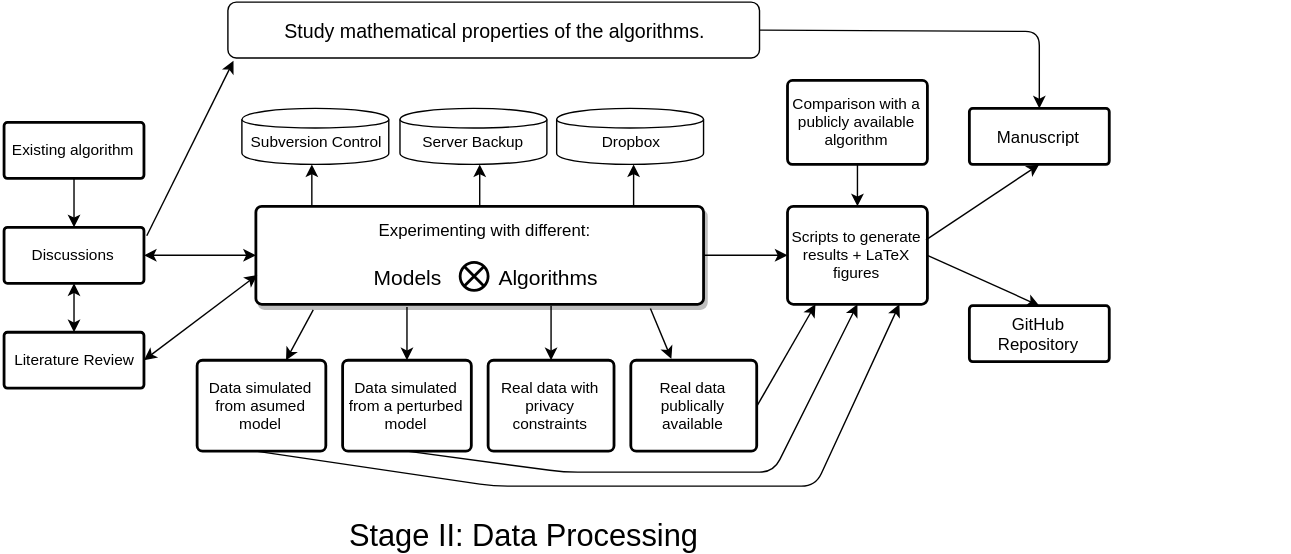
The draw.io diagram case-studies/vstaneva.svg in BIDS/repro-case-studies, before a commit. Source tidied: cells renumbered, new cells last; positions are measured from the earlier drawing's top-left corner, leaving out a move shared by most shapes.
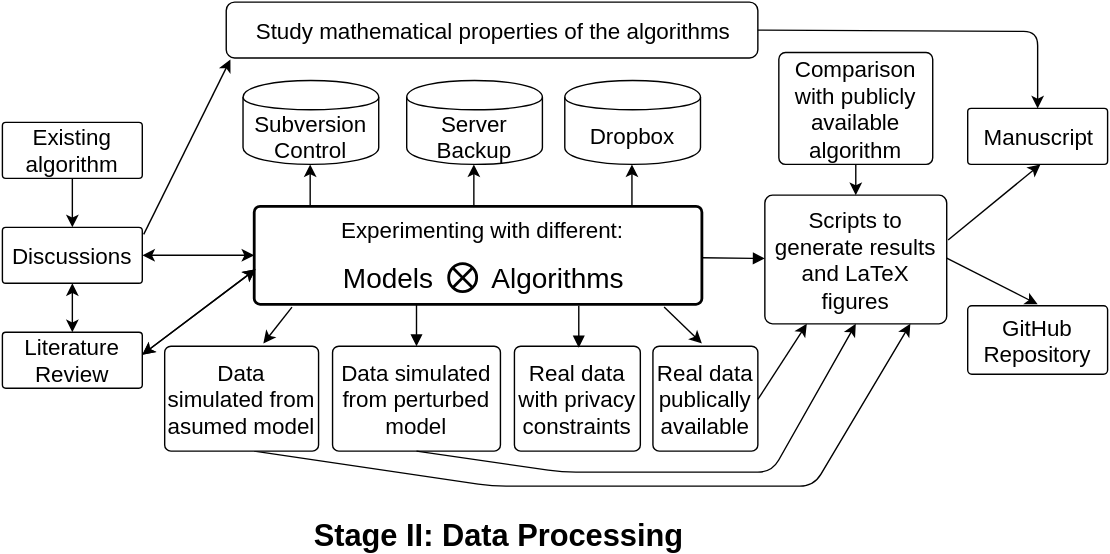
Later version of the same file.

Commit message:
vstaneva diagram revised with larger text

Change to the diagram source:
```diff
@@ -2,35 +2,41 @@
   <root>
     <mxCell id="0" />
     <mxCell id="1" parent="0" />
+    <mxCell id="15" style="edgeStyle=none;rounded=0;html=1;startArrow=none;startFill=0;endArrow=block;endFill=1;jettySize=auto;strokeWidth=1;" parent="1" edge="1" source="2" target="8">
+      <mxGeometry relative="1" as="geometry" />
+    </mxCell>
+    <mxCell id="41" style="edgeStyle=none;rounded=0;html=1;startArrow=none;startFill=0;endArrow=block;endFill=1;jettySize=auto;strokeWidth=1;exitX=0.363;exitY=1;exitPerimeter=0;" parent="1" edge="1" source="2" target="10">
+      <mxGeometry relative="1" as="geometry" />
+    </mxCell>
-    <mxCell id="2" value="&lt;font style=&quot;font-size: 12px&quot;&gt;&amp;nbsp; Experimenting with &lt;font style=&quot;font-size: 12px&quot;&gt;different&lt;/font&gt;:&lt;/font&gt;&lt;div&gt;&lt;span style=&quot;font-size: 15px ; line-height: 1.2&quot;&gt;&lt;br&gt;&lt;/span&gt;&lt;/div&gt;&lt;div&gt;&lt;span style=&quot;font-size: 15px ; line-height: 1.2&quot;&gt;&amp;nbsp; Models &amp;nbsp; &amp;nbsp; &amp;nbsp; &amp;nbsp;&amp;nbsp; &lt;/span&gt;&lt;span style=&quot;font-size: 15px ; line-height: 1.2&quot;&gt;Algorithms&lt;/span&gt;&lt;/div&gt;" style="strokeWidth=2;html=1;shape=mxgraph.flowchart.process;whiteSpace=wrap;blue;fillColor=#ffffff;strokeColor=#000000;gradientColor=#FFFFFF;fontSize=11;" parent="1" vertex="1">
+    <mxCell id="2" value="&lt;font style=&quot;font-size: 12px&quot;&gt;&amp;nbsp; &lt;/font&gt;&lt;font style=&quot;font-size: 16px&quot;&gt;Experimenting with &lt;font&gt;different&lt;/font&gt;:&lt;/font&gt;&lt;div&gt;&lt;span style=&quot;line-height: 1.2&quot;&gt;&lt;font style=&quot;font-size: 8px&quot;&gt;&lt;br&gt;&lt;/font&gt;&lt;/span&gt;&lt;/div&gt;&lt;div&gt;&lt;span style=&quot;font-size: 15px ; line-height: 1.2&quot;&gt;&amp;nbsp; &lt;/span&gt;&lt;span style=&quot;line-height: 1.2&quot;&gt;&lt;font style=&quot;font-size: 20px&quot;&gt;Models&lt;/font&gt;&lt;/span&gt;&lt;span style=&quot;font-size: 15px ; line-height: 1.2&quot;&gt; &amp;nbsp; &amp;nbsp; &amp;nbsp; &amp;nbsp;&amp;nbsp; &lt;/span&gt;&lt;span style=&quot;line-height: 1.2&quot;&gt;&lt;font style=&quot;font-size: 20px&quot;&gt;Algorithms&lt;/font&gt;&lt;/span&gt;&lt;/div&gt;" style="strokeWidth=2;html=1;shape=mxgraph.flowchart.process;whiteSpace=wrap;blue;fillColor=#ffffff;strokeColor=#000000;gradientColor=#FFFFFF;fontSize=11;shadow=0;" parent="1" vertex="1">
       <mxGeometry x="180" y="146" width="320" height="70" as="geometry" />
     </mxCell>
     <mxCell id="3" style="verticalLabelPosition=bottom;verticalAlign=top;html=1;strokeWidth=2;shape=mxgraph.flowchart.or;fontSize=10;" parent="1" vertex="1">
-      <mxGeometry x="326" y="186" width="20" height="20" as="geometry" />
+      <mxGeometry x="319" y="187" width="20" height="20" as="geometry" />
     </mxCell>
-    <mxCell id="4" value="&lt;font style=&quot;font-size: 11px&quot;&gt;Discussions&lt;br&gt;&lt;/font&gt;" style="strokeWidth=2;html=1;shape=mxgraph.flowchart.process;whiteSpace=wrap;rotation=0;fontSize=11;" parent="1" vertex="1">
+    <mxCell id="4" value="&lt;font&gt;&lt;font style=&quot;font-size: 16px&quot;&gt;Discussions&lt;/font&gt;&lt;br&gt;&lt;/font&gt;" style="strokeWidth=1;html=1;shape=mxgraph.flowchart.process;whiteSpace=wrap;rotation=0;fontSize=11;" parent="1" vertex="1">
       <mxGeometry y="161" width="100" height="40" as="geometry" />
     </mxCell>
-    <mxCell id="5" value="&lt;font style=&quot;font-size: 11px&quot;&gt;Existing algorithm&lt;br&gt;&lt;/font&gt;" style="strokeWidth=2;html=1;shape=mxgraph.flowchart.process;whiteSpace=wrap;fontSize=11;" parent="1" vertex="1">
+    <mxCell id="5" value="&lt;font&gt;&lt;font style=&quot;font-size: 16px&quot;&gt;Existing algorithm&lt;/font&gt;&lt;br&gt;&lt;/font&gt;" style="strokeWidth=1;html=1;shape=mxgraph.flowchart.process;whiteSpace=wrap;fontSize=11;" parent="1" vertex="1">
       <mxGeometry y="86" width="100" height="40" as="geometry" />
     </mxCell>
-    <mxCell id="6" value="&lt;font style=&quot;font-size: 11px;&quot;&gt;Literature Review&lt;/font&gt;" style="strokeWidth=2;html=1;shape=mxgraph.flowchart.process;whiteSpace=wrap;fontSize=11;" parent="1" vertex="1">
+    <mxCell id="6" value="&lt;font style=&quot;font-size: 16px&quot;&gt;Literature Review&lt;/font&gt;" style="strokeWidth=1;html=1;shape=mxgraph.flowchart.process;whiteSpace=wrap;fontSize=11;" parent="1" vertex="1">
       <mxGeometry y="236" width="100" height="40" as="geometry" />
     </mxCell>
-    <mxCell id="7" value="Comparison with a publicly available algorithm" style="strokeWidth=2;html=1;shape=mxgraph.flowchart.process;whiteSpace=wrap;fontSize=11;" parent="1" vertex="1">
-      <mxGeometry x="560" y="56" width="100" height="60" as="geometry" />
+    <mxCell id="7" value="&lt;font style=&quot;font-size: 16px&quot;&gt;Comparison with publicly available algorithm&lt;/font&gt;" style="strokeWidth=1;html=1;shape=mxgraph.flowchart.process;whiteSpace=wrap;fontSize=11;" parent="1" vertex="1">
+      <mxGeometry x="555" y="36" width="110" height="80" as="geometry" />
     </mxCell>
-    <mxCell id="8" value="Scripts to generate results + LaTeX figures" style="strokeWidth=2;html=1;shape=mxgraph.flowchart.process;whiteSpace=wrap;fontSize=11;" parent="1" vertex="1">
-      <mxGeometry x="560" y="146" width="100" height="70" as="geometry" />
+    <mxCell id="8" value="&lt;font style=&quot;font-size: 16px&quot;&gt;Scripts to generate results and LaTeX figures&lt;/font&gt;" style="strokeWidth=1;html=1;shape=mxgraph.flowchart.process;whiteSpace=wrap;fontSize=11;" parent="1" vertex="1">
+      <mxGeometry x="545" y="138" width="130" height="92" as="geometry" />
     </mxCell>
-    <mxCell id="9" value="Manuscript&lt;br&gt;" style="strokeWidth=2;html=1;shape=mxgraph.flowchart.process;whiteSpace=wrap;" parent="1" vertex="1">
+    <mxCell id="9" value="&lt;font style=&quot;font-size: 16px&quot;&gt;Manuscript&lt;/font&gt;&lt;br&gt;" style="strokeWidth=1;html=1;shape=mxgraph.flowchart.process;whiteSpace=wrap;" parent="1" vertex="1">
       <mxGeometry x="690" y="76" width="100" height="40" as="geometry" />
     </mxCell>
-    <mxCell id="10" value="Data simulated from a perturbed model" style="strokeWidth=2;html=1;shape=mxgraph.flowchart.process;whiteSpace=wrap;fontSize=11;" parent="1" vertex="1">
-      <mxGeometry x="242" y="256" width="92" height="65" as="geometry" />
+    <mxCell id="10" value="&lt;font style=&quot;font-size: 16px&quot;&gt;Data simulated from perturbed model&lt;/font&gt;" style="strokeWidth=1;html=1;shape=mxgraph.flowchart.process;whiteSpace=wrap;fontSize=11;" parent="1" vertex="1">
+      <mxGeometry x="236" y="246" width="120" height="75" as="geometry" />
     </mxCell>
-    <mxCell id="11" value="Real data publically available" style="strokeWidth=2;html=1;shape=mxgraph.flowchart.process;whiteSpace=wrap;fontSize=11;" parent="1" vertex="1">
-      <mxGeometry x="448" y="256" width="90" height="65" as="geometry" />
+    <mxCell id="11" value="&lt;font style=&quot;font-size: 16px&quot;&gt;Real data publically available&lt;/font&gt;" style="strokeWidth=1;html=1;shape=mxgraph.flowchart.process;whiteSpace=wrap;fontSize=11;" parent="1" vertex="1">
+      <mxGeometry x="465" y="246" width="75" height="75" as="geometry" />
     </mxCell>
     <mxCell id="12" style="endArrow=classic;startArrow=classic;html=1;fontSize=11;entryX=0;entryY=0.5;entryPerimeter=0;" parent="1" edge="1" source="4" target="2">
       <mxGeometry relative="1" as="geometry" />
@@ -38,24 +44,18 @@
     <mxCell id="13" style="endArrow=classic;startArrow=classic;html=1;exitX=0.5;exitY=0;exitPerimeter=0;fontSize=11;entryX=0.5;entryY=1;entryPerimeter=0;" parent="1" edge="1" source="6" target="4">
       <mxGeometry relative="1" as="geometry" />
     </mxCell>
-    <mxCell id="14" style="endArrow=classic;html=1;exitX=0.881;exitY=1.043;exitPerimeter=0;fontSize=11;entryX=0.322;entryY=-0.015;entryPerimeter=0;" parent="1" edge="1" source="2" target="11">
-      <mxGeometry relative="1" as="geometry" />
+    <mxCell id="14" style="endArrow=classic;html=1;exitX=0.881;exitY=1.043;exitPerimeter=0;fontSize=11;entryX=0.322;entryY=-0.015;entryPerimeter=0;" parent="1" edge="1">
+      <mxGeometry relative="1" as="geometry">
+        <mxPoint x="473" y="218" as="sourcePoint" />
+        <mxPoint x="500" y="244" as="targetPoint" />
+      </mxGeometry>
     </mxCell>
-    <mxCell id="15" style="endArrow=classic;html=1;fontSize=11;entryX=0;entryY=0.5;entryPerimeter=0;exitX=1;exitY=0.5;exitPerimeter=0;" parent="1" edge="1" source="2" target="8">
-      <mxGeometry relative="1" as="geometry" />
-    </mxCell>
-    <mxCell id="16" style="endArrow=classic;html=1;exitX=1;exitY=0.5;exitPerimeter=0;fontSize=11;" parent="1" edge="1">
-      <mxGeometry relative="1" as="geometry">
-        <mxPoint x="910" y="196" as="sourcePoint" />
-        <mxPoint x="910" y="196" as="targetPoint" />
-      </mxGeometry>
-    </mxCell>
     <mxCell id="17" style="endArrow=classic;html=1;fontSize=11;entryX=0.5;entryY=0;entryPerimeter=0;" parent="1" edge="1" source="7" target="8">
       <mxGeometry relative="1" as="geometry" />
     </mxCell>
-    <mxCell id="18" style="endArrow=classic;html=1;fontSize=11;exitX=1;exitY=0.5;exitPerimeter=0;" parent="1" edge="1" source="11">
+    <mxCell id="18" style="endArrow=classic;html=1;fontSize=11;exitX=1;exitY=0.5;exitPerimeter=0;entryX=0.231;entryY=1.033;entryPerimeter=0;" parent="1" edge="1" source="11">
       <mxGeometry relative="1" as="geometry">
-        <mxPoint x="580" y="216" as="targetPoint" />
+        <mxPoint x="575" y="230" as="targetPoint" />
       </mxGeometry>
     </mxCell>
     <mxCell id="19" style="endArrow=classic;html=1;exitX=0.5;exitY=1;exitPerimeter=0;fontSize=11;entryX=0.5;entryY=1;entryPerimeter=0;" parent="1" edge="1" source="10" target="8">
@@ -75,14 +75,20 @@
         </Array>
       </mxGeometry>
     </mxCell>
-    <mxCell id="21" value="&lt;font style=&quot;font-size: 14px&quot;&gt;Study mathematical properties of the algorithms.&lt;/font&gt;" style="rounded=1;whiteSpace=wrap;html=1;" parent="1" vertex="1">
+    <mxCell id="21" value="&lt;font style=&quot;font-size: 16px&quot;&gt;Study mathematical properties of the algorithms&lt;/font&gt;" style="rounded=1;whiteSpace=wrap;html=1;" parent="1" vertex="1">
       <mxGeometry x="160" width="380" height="40" as="geometry" />
     </mxCell>
-    <mxCell id="22" style="endArrow=classic;startArrow=classic;html=1;entryX=0.003;entryY=0.7;entryPerimeter=0;fontSize=11;exitX=1;exitY=0.5;exitPerimeter=0;" parent="1" edge="1" source="6" target="2">
-      <mxGeometry relative="1" as="geometry" />
+    <mxCell id="22" style="endArrow=classic;startArrow=classic;html=1;fontSize=11;exitX=1;exitY=0.5;exitPerimeter=0;" parent="1" edge="1">
+      <mxGeometry relative="1" as="geometry">
+        <mxPoint x="100" y="252" as="sourcePoint" />
+        <mxPoint x="181" y="191" as="targetPoint" />
+      </mxGeometry>
     </mxCell>
-    <mxCell id="23" style="endArrow=classic;html=1;entryX=0.01;entryY=1.04;entryPerimeter=0;fontSize=11;exitX=1.02;exitY=0.15;exitPerimeter=0;" parent="1" edge="1" source="4" target="21">
-      <mxGeometry relative="1" as="geometry" />
+    <mxCell id="23" style="endArrow=classic;html=1;entryX=0.01;entryY=1.04;entryPerimeter=0;fontSize=11;exitX=1.02;exitY=0.15;exitPerimeter=0;" parent="1" edge="1">
+      <mxGeometry relative="1" as="geometry">
+        <mxPoint x="101" y="166" as="sourcePoint" />
+        <mxPoint x="163" y="41" as="targetPoint" />
+      </mxGeometry>
     </mxCell>
     <mxCell id="24" style="endArrow=classic;html=1;exitX=1;exitY=0.5;entryX=0.5;entryY=0;entryPerimeter=0;" parent="1" edge="1" source="21" target="9">
       <mxGeometry relative="1" as="geometry">
@@ -99,8 +105,8 @@
     </mxCell>
     <mxCell id="26" style="endArrow=classic;html=1;entryX=0.5;entryY=1;entryPerimeter=0;fontSize=11;" parent="1" edge="1">
       <mxGeometry relative="1" as="geometry">
-        <mxPoint x="340" y="146" as="sourcePoint" />
-        <mxPoint x="340" y="116" as="targetPoint" />
+        <mxPoint x="337" y="146" as="sourcePoint" />
+        <mxPoint x="337" y="116" as="targetPoint" />
       </mxGeometry>
     </mxCell>
     <mxCell id="27" style="endArrow=classic;html=1;entryX=0.4;entryY=1;entryPerimeter=0;fontSize=11;" parent="1" edge="1">
@@ -109,49 +115,59 @@
         <mxPoint x="450" y="116" as="targetPoint" />
       </mxGeometry>
     </mxCell>
-    <mxCell id="28" value="&lt;font style=&quot;font-size: 12px&quot;&gt;GitHub Repository&lt;/font&gt;" style="strokeWidth=2;html=1;shape=mxgraph.flowchart.process;whiteSpace=wrap;fontSize=11;rotation=0;direction=west;" parent="1" vertex="1">
-      <mxGeometry x="690" y="217" width="100" height="40" as="geometry" />
+    <mxCell id="28" value="&lt;font style=&quot;font-size: 16px&quot;&gt;GitHub Repository&lt;/font&gt;" style="strokeWidth=1;html=1;shape=mxgraph.flowchart.process;whiteSpace=wrap;fontSize=11;rotation=0;direction=west;" parent="1" vertex="1">
+      <mxGeometry x="690" y="217" width="100" height="49" as="geometry" />
     </mxCell>
-    <mxCell id="29" style="endArrow=classic;html=1;fontSize=11;exitX=0.99;exitY=0.343;exitPerimeter=0;entryX=0.5;entryY=1;entryPerimeter=0;" parent="1" edge="1" source="8" target="9">
-      <mxGeometry relative="1" as="geometry" />
+    <mxCell id="29" style="endArrow=classic;html=1;fontSize=11;exitX=0.99;exitY=0.343;exitPerimeter=0;entryX=0.5;entryY=1;entryPerimeter=0;" parent="1" edge="1">
+      <mxGeometry relative="1" as="geometry">
+        <mxPoint x="676" y="170" as="sourcePoint" />
+        <mxPoint x="742" y="116" as="targetPoint" />
+      </mxGeometry>
     </mxCell>
-    <mxCell id="30" style="endArrow=classic;html=1;entryX=0.5;entryY=1;entryPerimeter=0;fontSize=11;exitX=1;exitY=0.5;exitPerimeter=0;" parent="1" edge="1" source="8" target="28">
-      <mxGeometry relative="1" as="geometry" />
+    <mxCell id="30" style="endArrow=classic;html=1;entryX=0.5;entryY=1;entryPerimeter=0;fontSize=11;exitX=1;exitY=0.5;exitPerimeter=0;" parent="1" edge="1">
+      <mxGeometry relative="1" as="geometry">
+        <mxPoint x="675" y="183" as="sourcePoint" />
+        <mxPoint x="740" y="216" as="targetPoint" />
+      </mxGeometry>
     </mxCell>
-    <mxCell id="31" value="&lt;font style=&quot;font-size: 22px&quot;&gt;Stage II: Data Processing&amp;nbsp;&lt;br&gt;&lt;/font&gt;" style="text;html=1;align=left;verticalAlign=top;spacingTop=-4;fontSize=11;" parent="1" vertex="1">
-      <mxGeometry x="245" y="366" width="270" height="20" as="geometry" />
+    <mxCell id="31" value="&lt;font&gt;&lt;b&gt;&lt;font style=&quot;font-size: 22px&quot;&gt;Stage II: Data Processing&amp;nbsp;&lt;/font&gt;&lt;/b&gt;&lt;br&gt;&lt;/font&gt;" style="text;html=1;align=left;verticalAlign=top;spacingTop=-4;fontSize=11;" parent="1" vertex="1">
+      <mxGeometry x="221" y="366" width="290" height="20" as="geometry" />
     </mxCell>
+    <mxCell id="35" value="&lt;font style=&quot;font-size: 16px&quot;&gt;Real data with privacy constraints&lt;/font&gt;" style="strokeWidth=1;html=1;shape=mxgraph.flowchart.process;whiteSpace=wrap;fontSize=11;" parent="1" vertex="1">
+      <mxGeometry x="366" y="246" width="90" height="75" as="geometry" />
+    </mxCell>
+    <mxCell id="38" style="endArrow=classic;html=1;fontSize=10;exitX=0.5;exitY=1;exitPerimeter=0;entryX=0.5;entryY=0;entryPerimeter=0;" parent="1" edge="1" source="5" target="4">
+      <mxGeometry relative="1" as="geometry" />
+    </mxCell>
+    <mxCell id="39" value="&lt;font style=&quot;font-size: 16px&quot;&gt;Data simulated from asumed model&lt;/font&gt;" style="strokeWidth=1;html=1;shape=mxgraph.flowchart.process;whiteSpace=wrap;fontSize=11;" parent="1" vertex="1">
+      <mxGeometry x="116" y="246" width="110" height="75" as="geometry" />
+    </mxCell>
+    <mxCell id="40" style="endArrow=classic;html=1;exitX=0.128;exitY=1.057;exitPerimeter=0;" parent="1" edge="1">
+      <mxGeometry relative="1" as="geometry">
+        <mxPoint x="207" y="218" as="sourcePoint" />
+        <mxPoint x="186.5" y="244" as="targetPoint" />
+      </mxGeometry>
+    </mxCell>
-    <mxCell id="32" value="&lt;font style=&quot;font-size: 11px&quot;&gt;Subversion Control&lt;br&gt;&lt;/font&gt;" style="shape=cylinder;whiteSpace=wrap;html=1;gradientColor=#FFFFFF;fontSize=22;" parent="1" vertex="1">
-      <mxGeometry x="170" y="76" width="105" height="40" as="geometry" />
+    <mxCell id="32" value="&lt;div&gt;&lt;font style=&quot;font-size: 16px&quot;&gt;&lt;br&gt;&lt;/font&gt;&lt;/div&gt;&lt;font style=&quot;font-size: 16px&quot;&gt;Subversion Control&lt;/font&gt;" style="shape=cylinder;whiteSpace=wrap;html=1;align=center;strokeWidth=1;" parent="1" vertex="1">
+      <mxGeometry x="172" y="56" width="97" height="60" as="geometry" />
     </mxCell>
-    <mxCell id="33" value="&lt;font style=&quot;font-size: 11px&quot;&gt;Server Backup&lt;/font&gt;&lt;br&gt;" style="shape=cylinder;whiteSpace=wrap;html=1;gradientColor=#FFFFFF;fontSize=22;" parent="1" vertex="1">
-      <mxGeometry x="283" y="76" width="105" height="40" as="geometry" />
+    <mxCell id="33" value="&lt;div&gt;&lt;font style=&quot;font-size: 16px&quot;&gt;&lt;br&gt;&lt;/font&gt;&lt;/div&gt;&lt;div&gt;&lt;font style=&quot;font-size: 16px&quot;&gt;Server Backup&lt;/font&gt;&lt;/div&gt;" style="shape=cylinder;whiteSpace=wrap;html=1;align=center;strokeWidth=1;" parent="1" vertex="1">
+      <mxGeometry x="289" y="56" width="97" height="60" as="geometry" />
     </mxCell>
-    <mxCell id="34" value="&lt;font style=&quot;font-size: 11px&quot;&gt;Dropbox&lt;/font&gt;" style="shape=cylinder;whiteSpace=wrap;html=1;gradientColor=#FFFFFF;fontSize=22;" parent="1" vertex="1">
-      <mxGeometry x="395" y="76" width="105" height="40" as="geometry" />
+    <mxCell id="34" value="&lt;div&gt;&lt;font style=&quot;font-size: 16px&quot;&gt;&lt;br&gt;&lt;/font&gt;&lt;/div&gt;&lt;div&gt;&lt;font style=&quot;font-size: 16px&quot;&gt;Dropbox&lt;/font&gt;&lt;/div&gt;" style="shape=cylinder;whiteSpace=wrap;html=1;align=center;strokeWidth=1;" parent="1" vertex="1">
+      <mxGeometry x="402" y="56" width="97" height="60" as="geometry" />
     </mxCell>
-    <mxCell id="35" value="Real data with privacy constraints" style="strokeWidth=2;html=1;shape=mxgraph.flowchart.process;whiteSpace=wrap;fontSize=11;" parent="1" vertex="1">
-      <mxGeometry x="346" y="256" width="90" height="65" as="geometry" />
-    </mxCell>
-    <mxCell id="36" style="endArrow=classic;html=1;fontSize=11;" parent="1" edge="1">
-      <mxGeometry relative="1" as="geometry">
-        <mxPoint x="391" y="217" as="sourcePoint" />
-        <mxPoint x="391" y="256" as="targetPoint" />
-      </mxGeometry>
-    </mxCell>
-    <mxCell id="37" style="endArrow=classic;html=1;fontSize=10;entryX=0.5;entryY=0;entryPerimeter=0;" parent="1" edge="1" target="10">
-      <mxGeometry relative="1" as="geometry">
-        <mxPoint x="288" y="218" as="sourcePoint" />
-      </mxGeometry>
-    </mxCell>
-    <mxCell id="38" style="endArrow=classic;html=1;fontSize=10;exitX=0.5;exitY=1;exitPerimeter=0;entryX=0.5;entryY=0;entryPerimeter=0;" parent="1" edge="1" source="5" target="4">
-      <mxGeometry relative="1" as="geometry" />
-    </mxCell>
-    <mxCell id="39" value="Data simulated from asumed model" style="strokeWidth=2;html=1;shape=mxgraph.flowchart.process;whiteSpace=wrap;fontSize=11;" parent="1" vertex="1">
-      <mxGeometry x="138" y="256" width="92" height="65" as="geometry" />
-    </mxCell>
-    <mxCell id="40" style="endArrow=classic;html=1;exitX=0.128;exitY=1.057;exitPerimeter=0;" parent="1" edge="1" source="2" target="39">
-      <mxGeometry relative="1" as="geometry" />
-    </mxCell>
+    <mxCell id="42" style="edgeStyle=none;rounded=0;html=1;startArrow=none;startFill=0;endArrow=block;endFill=1;jettySize=auto;orthogonalLoop=1;strokeWidth=1;exitX=0.363;exitY=1;exitPerimeter=0;" parent="1" edge="1">
+      <mxGeometry x="632" y="301" as="geometry">
+        <mxPoint x="412" y="217" as="sourcePoint" />
+        <mxPoint x="412" y="247" as="targetPoint" />
+      </mxGeometry>
+    </mxCell>
+    <mxCell id="43" style="endArrow=classic;startArrow=classic;html=1;fontSize=11;exitX=1;exitY=0.5;exitPerimeter=0;" parent="1" edge="1">
+      <mxGeometry relative="1" as="geometry">
+        <mxPoint x="100" y="252" as="sourcePoint" />
+        <mxPoint x="181" y="191" as="targetPoint" />
+      </mxGeometry>
+    </mxCell>
   </root>
 </mxGraphModel>
```
